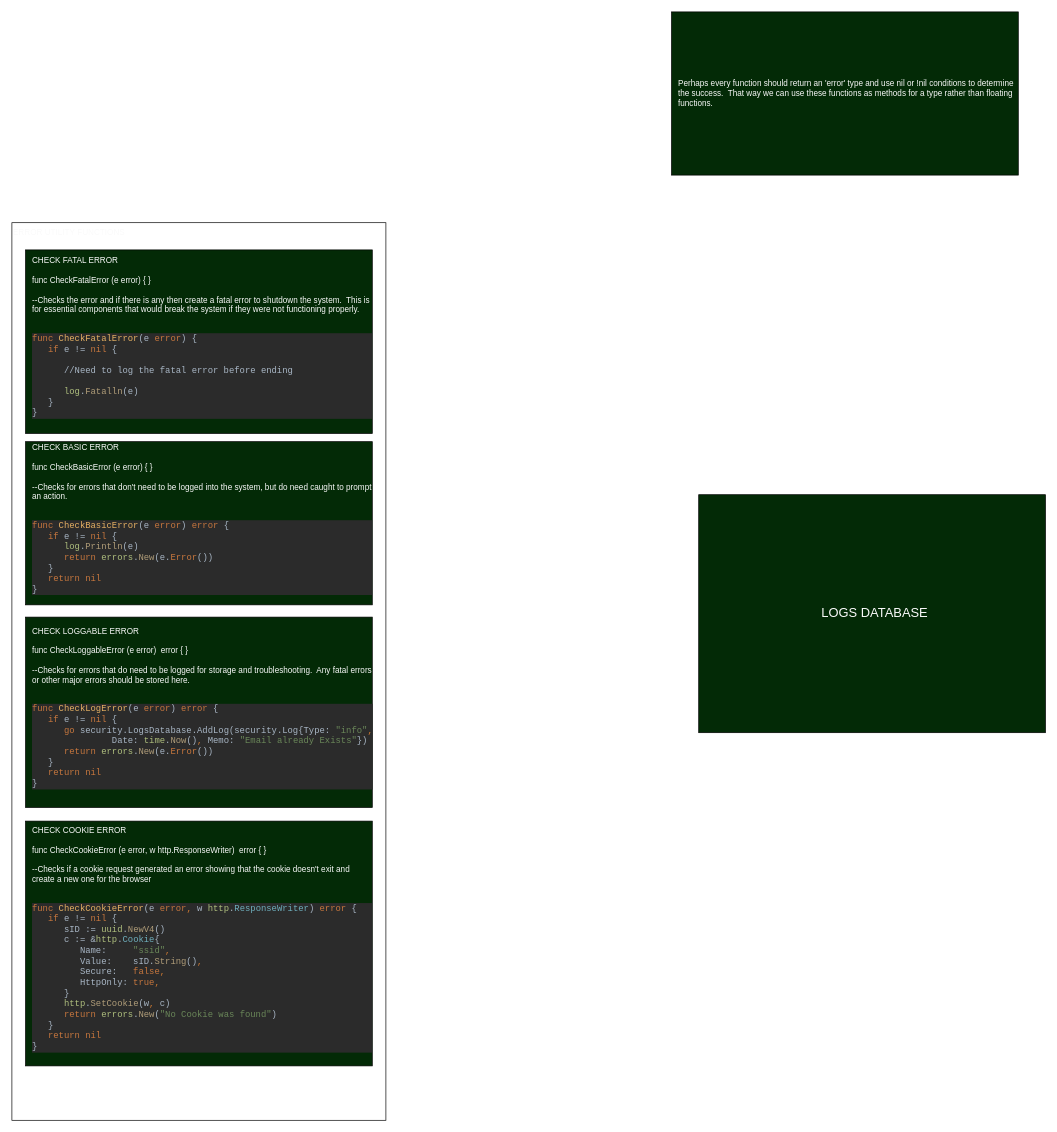
Before: Errors.drawio in relicright/serverdrawing, a draw.io diagram. Source tidied: cells renumbered, new cells numbered last; positions are measured from the earlier drawing's top-left corner, leaving out a move shared by most shapes. Both pictures are drawn from the tidied source at 68%, with x=0, y=0 at pixel (12, 12).
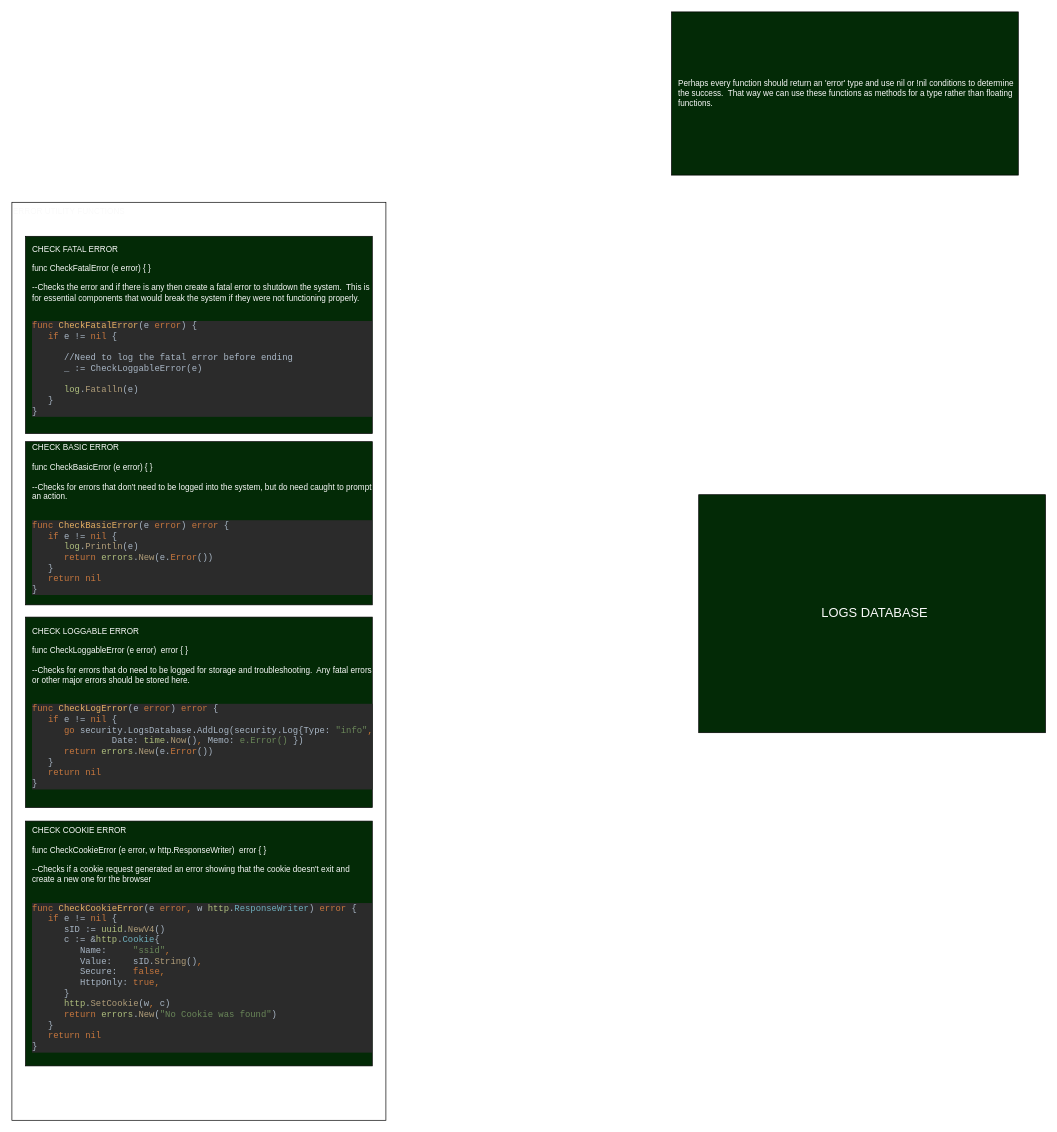
After the change.

Diff of the diagram source:
```diff
@@
 <mxGraphModel>
   <root>
     <mxCell id="0" />
     <mxCell id="1" parent="0" />
     <mxCell id="2" value="ERROR UTILITY FUNCTIONS" style="rounded=0;whiteSpace=wrap;html=1;fontColor=#FAFAFA;align=left;verticalAlign=top;" parent="1" vertex="1">
-      <mxGeometry y="310" width="550" height="1320" as="geometry" />
+      <mxGeometry y="280" width="550" height="1350" as="geometry" />
     </mxCell>
-    <mxCell id="3" value="&lt;div&gt;CHECK FATAL ERROR&lt;br&gt;&lt;/div&gt;&lt;div&gt;&lt;br&gt;&lt;/div&gt;&lt;div&gt;func CheckFatalError (e error) { }&lt;/div&gt;&lt;div&gt;&lt;br&gt;&lt;/div&gt;&lt;div&gt;--Checks the error and if there is any then create a fatal error to shutdown the system.&amp;nbsp; This is for essential components that would break the system if they were not functioning properly.&lt;br&gt;&lt;/div&gt;&lt;div&gt;&lt;br&gt;&lt;/div&gt;&lt;div&gt;&lt;pre style=&quot;background-color: #2b2b2b ; color: #a9b7c6 ; font-family: &amp;#34;consolas&amp;#34; ; font-size: 9.8pt&quot;&gt;&lt;span style=&quot;color: #c7773e&quot;&gt;func &lt;/span&gt;&lt;span style=&quot;color: #e6b163&quot;&gt;CheckFatalError&lt;/span&gt;(e &lt;span style=&quot;color: #c7773e&quot;&gt;error&lt;/span&gt;) {&lt;br&gt;   &lt;span style=&quot;color: #c7773e&quot;&gt;if &lt;/span&gt;e != &lt;span style=&quot;color: #c7773e&quot;&gt;nil &lt;/span&gt;{&lt;br&gt;&lt;br&gt;      //Need to log the fatal error before ending&lt;br&gt;      &lt;br&gt;      &lt;span style=&quot;color: #afbf7e&quot;&gt;log&lt;/span&gt;.&lt;span style=&quot;color: #b09d79&quot;&gt;Fatalln&lt;/span&gt;(e)&lt;br&gt;   }&lt;br&gt;}&lt;/pre&gt;&lt;/div&gt;" style="rounded=0;whiteSpace=wrap;html=1;fontColor=#FAFAFA;align=left;spacingLeft=8;fillColor=#032A06;" parent="1" vertex="1">
-      <mxGeometry x="20" y="350" width="510" height="270" as="geometry" />
+    <mxCell id="3" value="&lt;div&gt;CHECK FATAL ERROR&lt;br&gt;&lt;/div&gt;&lt;div&gt;&lt;br&gt;&lt;/div&gt;&lt;div&gt;func CheckFatalError (e error) { }&lt;/div&gt;&lt;div&gt;&lt;br&gt;&lt;/div&gt;&lt;div&gt;--Checks the error and if there is any then create a fatal error to shutdown the system.&amp;nbsp; This is for essential components that would break the system if they were not functioning properly.&lt;br&gt;&lt;/div&gt;&lt;div&gt;&lt;br&gt;&lt;/div&gt;&lt;div&gt;&lt;pre style=&quot;background-color: #2b2b2b ; color: #a9b7c6 ; font-family: &amp;#34;consolas&amp;#34; ; font-size: 9.8pt&quot;&gt;&lt;span style=&quot;color: #c7773e&quot;&gt;func &lt;/span&gt;&lt;span style=&quot;color: #e6b163&quot;&gt;CheckFatalError&lt;/span&gt;(e &lt;span style=&quot;color: #c7773e&quot;&gt;error&lt;/span&gt;) {&lt;br&gt;   &lt;span style=&quot;color: #c7773e&quot;&gt;if &lt;/span&gt;e != &lt;span style=&quot;color: #c7773e&quot;&gt;nil &lt;/span&gt;{&lt;br&gt;&lt;br&gt;      //Need to log the fatal error before ending&lt;br&gt;      _ := CheckLoggableError(e)&lt;br&gt;      &lt;br&gt;      &lt;span style=&quot;color: #afbf7e&quot;&gt;log&lt;/span&gt;.&lt;span style=&quot;color: #b09d79&quot;&gt;Fatalln&lt;/span&gt;(e)&lt;br&gt;   }&lt;br&gt;}&lt;/pre&gt;&lt;/div&gt;" style="rounded=0;whiteSpace=wrap;html=1;fontColor=#FAFAFA;align=left;spacingLeft=8;fillColor=#032A06;" parent="1" vertex="1">
+      <mxGeometry x="20" y="330" width="510" height="290" as="geometry" />
     </mxCell>
     <mxCell id="4" value="&lt;div&gt;CHECK BASIC ERROR&lt;br&gt;&lt;/div&gt;&lt;div&gt;&lt;br&gt;&lt;/div&gt;&lt;div&gt;func CheckBasicError (e error) { }&lt;/div&gt;&lt;div&gt;&lt;br&gt;&lt;/div&gt;&lt;div&gt;--Checks for errors that don't need to be logged into the system, but do need caught to prompt an action.&lt;br&gt;&lt;/div&gt;&lt;div&gt;&lt;br&gt;&lt;/div&gt;&lt;div&gt;&lt;pre style=&quot;background-color: #2b2b2b ; color: #a9b7c6 ; font-family: &amp;#34;consolas&amp;#34; ; font-size: 9.8pt&quot;&gt;&lt;span style=&quot;color: #c7773e&quot;&gt;func &lt;/span&gt;&lt;span style=&quot;color: #e6b163&quot;&gt;CheckBasicError&lt;/span&gt;(e &lt;span style=&quot;color: #c7773e&quot;&gt;error&lt;/span&gt;) &lt;span style=&quot;color: #c7773e&quot;&gt;error &lt;/span&gt;{&lt;br&gt;   &lt;span style=&quot;color: #c7773e&quot;&gt;if &lt;/span&gt;e != &lt;span style=&quot;color: #c7773e&quot;&gt;nil &lt;/span&gt;{&lt;br&gt;      &lt;span style=&quot;color: #afbf7e&quot;&gt;log&lt;/span&gt;.&lt;span style=&quot;color: #b09d79&quot;&gt;Println&lt;/span&gt;(e)&lt;br&gt;      &lt;span style=&quot;color: #c7773e&quot;&gt;return &lt;/span&gt;&lt;span style=&quot;color: #afbf7e&quot;&gt;errors&lt;/span&gt;.&lt;span style=&quot;color: #b09d79&quot;&gt;New&lt;/span&gt;(e.&lt;span style=&quot;color: #c7773e&quot;&gt;Error&lt;/span&gt;())&lt;br&gt;   }&lt;br&gt;   &lt;span style=&quot;color: #c7773e&quot;&gt;return nil&lt;br&gt;&lt;/span&gt;}&lt;/pre&gt;&lt;/div&gt;" style="rounded=0;whiteSpace=wrap;html=1;fontColor=#FAFAFA;align=left;spacingLeft=8;fillColor=#032A06;" parent="1" vertex="1">
       <mxGeometry x="20" y="632" width="510" height="240" as="geometry" />
     </mxCell>
-    <mxCell id="5" value="&lt;div&gt;CHECK LOGGABLE ERROR&lt;br&gt;&lt;/div&gt;&lt;div&gt;&lt;br&gt;&lt;/div&gt;&lt;div&gt;func CheckLoggableError (e error)&amp;nbsp; error { }&lt;/div&gt;&lt;div&gt;&lt;br&gt;&lt;/div&gt;&lt;div&gt;--Checks for errors that do need to be logged for storage and troubleshooting.&amp;nbsp; Any fatal errors or other major errors should be stored here.&lt;br&gt;&lt;/div&gt;&lt;div&gt;&lt;br&gt;&lt;/div&gt;&lt;div&gt;&lt;pre style=&quot;background-color: #2b2b2b ; color: #a9b7c6 ; font-family: &amp;#34;consolas&amp;#34; ; font-size: 9.8pt&quot;&gt;&lt;span style=&quot;color: #c7773e&quot;&gt;func &lt;/span&gt;&lt;span style=&quot;color: #e6b163&quot;&gt;CheckLogError&lt;/span&gt;(e &lt;span style=&quot;color: #c7773e&quot;&gt;error&lt;/span&gt;) &lt;span style=&quot;color: #c7773e&quot;&gt;error &lt;/span&gt;{&lt;br&gt;   &lt;span style=&quot;color: #c7773e&quot;&gt;if &lt;/span&gt;e != &lt;span style=&quot;color: #c7773e&quot;&gt;nil &lt;/span&gt;{&lt;br&gt;      &lt;span style=&quot;color: #c7773e&quot;&gt;go &lt;/span&gt;security.LogsDatabase.AddLog(security.Log{Type: &lt;span style=&quot;color: #6a8759&quot;&gt;&quot;info&quot;&lt;/span&gt;&lt;span style=&quot;color: #cc7832&quot;&gt;,&lt;br&gt;&lt;/span&gt;&lt;span style=&quot;color: #cc7832&quot;&gt;               &lt;/span&gt;Date: &lt;span style=&quot;color: #afbf7e&quot;&gt;time&lt;/span&gt;.&lt;span style=&quot;color: #b09d79&quot;&gt;Now&lt;/span&gt;()&lt;span style=&quot;color: #cc7832&quot;&gt;, &lt;/span&gt;Memo: &lt;span style=&quot;color: #6a8759&quot;&gt;&quot;Email already Exists&quot;&lt;/span&gt;})&lt;br&gt;      &lt;span style=&quot;color: #c7773e&quot;&gt;return &lt;/span&gt;&lt;span style=&quot;color: #afbf7e&quot;&gt;errors&lt;/span&gt;.&lt;span style=&quot;color: #b09d79&quot;&gt;New&lt;/span&gt;(e.&lt;span style=&quot;color: #c7773e&quot;&gt;Error&lt;/span&gt;())&lt;br&gt;   }&lt;br&gt;   &lt;span style=&quot;color: #c7773e&quot;&gt;return nil&lt;br&gt;&lt;/span&gt;}&lt;/pre&gt;&lt;/div&gt;" style="rounded=0;whiteSpace=wrap;html=1;fontColor=#FAFAFA;align=left;spacingLeft=8;fillColor=#032A06;" parent="1" vertex="1">
+    <mxCell id="5" value="&lt;div&gt;CHECK LOGGABLE ERROR&lt;br&gt;&lt;/div&gt;&lt;div&gt;&lt;br&gt;&lt;/div&gt;&lt;div&gt;func CheckLoggableError (e error)&amp;nbsp; error { }&lt;/div&gt;&lt;div&gt;&lt;br&gt;&lt;/div&gt;&lt;div&gt;--Checks for errors that do need to be logged for storage and troubleshooting.&amp;nbsp; Any fatal errors or other major errors should be stored here.&lt;br&gt;&lt;/div&gt;&lt;div&gt;&lt;br&gt;&lt;/div&gt;&lt;div&gt;&lt;pre style=&quot;background-color: #2b2b2b ; color: #a9b7c6 ; font-family: &amp;#34;consolas&amp;#34; ; font-size: 9.8pt&quot;&gt;&lt;span style=&quot;color: #c7773e&quot;&gt;func &lt;/span&gt;&lt;span style=&quot;color: #e6b163&quot;&gt;CheckLogError&lt;/span&gt;(e &lt;span style=&quot;color: #c7773e&quot;&gt;error&lt;/span&gt;) &lt;span style=&quot;color: #c7773e&quot;&gt;error &lt;/span&gt;{&lt;br&gt;   &lt;span style=&quot;color: #c7773e&quot;&gt;if &lt;/span&gt;e != &lt;span style=&quot;color: #c7773e&quot;&gt;nil &lt;/span&gt;{&lt;br&gt;      &lt;span style=&quot;color: #c7773e&quot;&gt;go &lt;/span&gt;security.LogsDatabase.AddLog(security.Log{Type: &lt;span style=&quot;color: #6a8759&quot;&gt;&quot;info&quot;&lt;/span&gt;&lt;span style=&quot;color: #cc7832&quot;&gt;,&lt;br&gt;&lt;/span&gt;&lt;span style=&quot;color: #cc7832&quot;&gt;               &lt;/span&gt;Date: &lt;span style=&quot;color: #afbf7e&quot;&gt;time&lt;/span&gt;.&lt;span style=&quot;color: #b09d79&quot;&gt;Now&lt;/span&gt;()&lt;span style=&quot;color: #cc7832&quot;&gt;, &lt;/span&gt;Memo: &lt;span style=&quot;color: #6a8759&quot;&gt;e.Error() &lt;/span&gt;})&lt;br&gt;      &lt;span style=&quot;color: #c7773e&quot;&gt;return &lt;/span&gt;&lt;span style=&quot;color: #afbf7e&quot;&gt;errors&lt;/span&gt;.&lt;span style=&quot;color: #b09d79&quot;&gt;New&lt;/span&gt;(e.&lt;span style=&quot;color: #c7773e&quot;&gt;Error&lt;/span&gt;())&lt;br&gt;   }&lt;br&gt;   &lt;span style=&quot;color: #c7773e&quot;&gt;return nil&lt;br&gt;&lt;/span&gt;}&lt;/pre&gt;&lt;/div&gt;" style="rounded=0;whiteSpace=wrap;html=1;fontColor=#FAFAFA;align=left;spacingLeft=8;fillColor=#032A06;" parent="1" vertex="1">
       <mxGeometry x="20" y="890" width="510" height="280" as="geometry" />
     </mxCell>
     <mxCell id="6" value="&lt;div&gt;CHECK COOKIE ERROR&lt;br&gt;&lt;/div&gt;&lt;div&gt;&lt;br&gt;&lt;/div&gt;&lt;div&gt;func CheckCookieError (e error, w http.ResponseWriter)&amp;nbsp; error { }&lt;/div&gt;&lt;div&gt;&lt;br&gt;&lt;/div&gt;&lt;div&gt;--Checks if a cookie request generated an error showing that the cookie doesn't exit and create a new one for the browser&lt;br&gt;&lt;/div&gt;&lt;div&gt;&lt;br&gt;&lt;/div&gt;&lt;div&gt;&lt;pre style=&quot;background-color: #2b2b2b ; color: #a9b7c6 ; font-family: &amp;#34;consolas&amp;#34; ; font-size: 9.8pt&quot;&gt;&lt;span style=&quot;color: #c7773e&quot;&gt;func &lt;/span&gt;&lt;span style=&quot;color: #e6b163&quot;&gt;CheckCookieError&lt;/span&gt;(e &lt;span style=&quot;color: #c7773e&quot;&gt;error&lt;/span&gt;&lt;span style=&quot;color: #cc7832&quot;&gt;, &lt;/span&gt;w &lt;span style=&quot;color: #afbf7e&quot;&gt;http&lt;/span&gt;.&lt;span style=&quot;color: #6fafbd&quot;&gt;ResponseWriter&lt;/span&gt;) &lt;span style=&quot;color: #c7773e&quot;&gt;error &lt;/span&gt;{&lt;br&gt;   &lt;span style=&quot;color: #c7773e&quot;&gt;if &lt;/span&gt;e != &lt;span style=&quot;color: #c7773e&quot;&gt;nil &lt;/span&gt;{&lt;br&gt;      sID := &lt;span style=&quot;color: #afbf7e&quot;&gt;uuid&lt;/span&gt;.&lt;span style=&quot;color: #b09d79&quot;&gt;NewV4&lt;/span&gt;()&lt;br&gt;      c := &amp;amp;&lt;span style=&quot;color: #afbf7e&quot;&gt;http&lt;/span&gt;.&lt;span style=&quot;color: #6fafbd&quot;&gt;Cookie&lt;/span&gt;{&lt;br&gt;         Name:     &lt;span style=&quot;color: #6a8759&quot;&gt;&quot;ssid&quot;&lt;/span&gt;&lt;span style=&quot;color: #cc7832&quot;&gt;,&lt;br&gt;&lt;/span&gt;&lt;span style=&quot;color: #cc7832&quot;&gt;         &lt;/span&gt;Value:    sID.&lt;span style=&quot;color: #b09d79&quot;&gt;String&lt;/span&gt;()&lt;span style=&quot;color: #cc7832&quot;&gt;,&lt;br&gt;&lt;/span&gt;&lt;span style=&quot;color: #cc7832&quot;&gt;         &lt;/span&gt;Secure:   &lt;span style=&quot;color: #c7773e&quot;&gt;false&lt;/span&gt;&lt;span style=&quot;color: #cc7832&quot;&gt;,&lt;br&gt;&lt;/span&gt;&lt;span style=&quot;color: #cc7832&quot;&gt;         &lt;/span&gt;HttpOnly: &lt;span style=&quot;color: #c7773e&quot;&gt;true&lt;/span&gt;&lt;span style=&quot;color: #cc7832&quot;&gt;,&lt;br&gt;&lt;/span&gt;&lt;span style=&quot;color: #cc7832&quot;&gt;      &lt;/span&gt;}&lt;br&gt;      &lt;span style=&quot;color: #afbf7e&quot;&gt;http&lt;/span&gt;.&lt;span style=&quot;color: #b09d79&quot;&gt;SetCookie&lt;/span&gt;(w&lt;span style=&quot;color: #cc7832&quot;&gt;, &lt;/span&gt;c)&lt;br&gt;      &lt;span style=&quot;color: #c7773e&quot;&gt;return &lt;/span&gt;&lt;span style=&quot;color: #afbf7e&quot;&gt;errors&lt;/span&gt;.&lt;span style=&quot;color: #b09d79&quot;&gt;New&lt;/span&gt;(&lt;span style=&quot;color: #6a8759&quot;&gt;&quot;No Cookie was found&quot;&lt;/span&gt;)&lt;br&gt;   }&lt;br&gt;   &lt;span style=&quot;color: #c7773e&quot;&gt;return nil&lt;br&gt;&lt;/span&gt;}&lt;/pre&gt;&lt;/div&gt;" style="rounded=0;whiteSpace=wrap;html=1;fontColor=#FAFAFA;align=left;spacingLeft=8;fillColor=#032A06;" parent="1" vertex="1">
       <mxGeometry x="20" y="1190" width="510" height="360" as="geometry" />
     </mxCell>
     <mxCell id="7" value="Perhaps every function should return an 'error' type and use nil or !nil conditions to determine the success.&amp;nbsp; That way we can use these functions as methods for a type rather than floating functions." style="rounded=0;whiteSpace=wrap;html=1;fontColor=#FAFAFA;align=left;spacingLeft=8;fillColor=#032A06;" parent="1" vertex="1">
       <mxGeometry x="970" width="510" height="240" as="geometry" />
     </mxCell>
     <mxCell id="8" value="LOGS DATABASE" style="rounded=0;whiteSpace=wrap;html=1;fontColor=#FAFAFA;align=center;spacingLeft=8;fillColor=#032A06;fontSize=19;" parent="1" vertex="1">
       <mxGeometry x="1010" y="710" width="510" height="350" as="geometry" />
     </mxCell>
   </root>
 </mxGraphModel>
```
